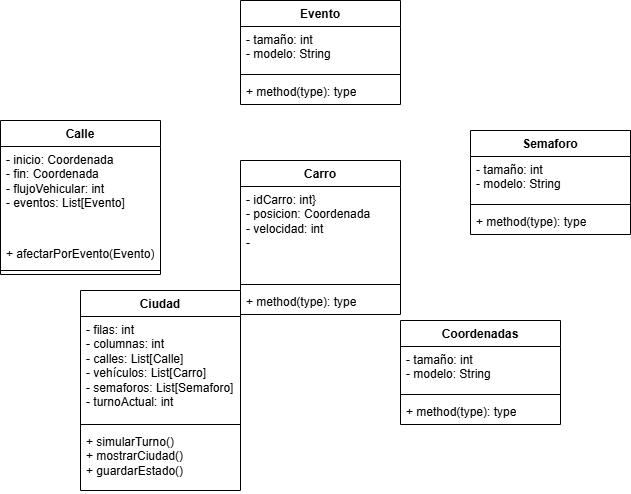
The draw.io diagram Proyecto-desarrollo.png in juampa1907/Proyecto-final-desarrollo, before a commit. Source tidied: cells renumbered, new cells last; positions are measured from the earlier drawing's top-left corner, leaving out a move shared by most shapes.
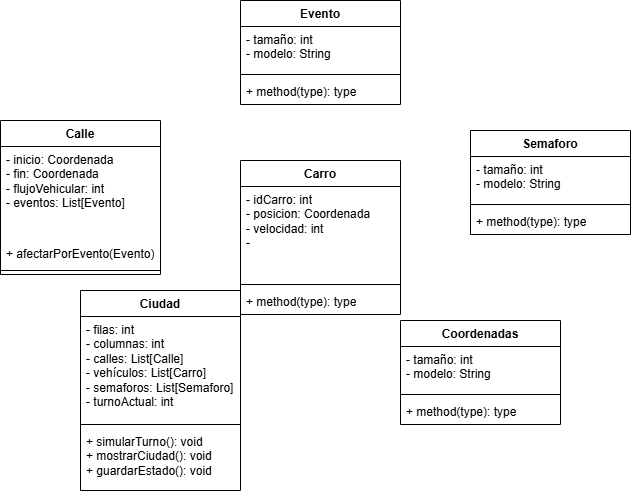
The same file after the commit.

Diff of the diagram source:
```diff
@@ -5,7 +5,7 @@
     <mxCell id="2" value="Carro" style="swimlane;fontStyle=1;align=center;verticalAlign=top;horizontal=1;startSize=26;whiteSpace=wrap;html=1;" parent="1" vertex="1">
       <mxGeometry x="240" y="160" width="160" height="154" as="geometry" />
     </mxCell>
-    <mxCell id="3" value="- idCarro: int}&lt;div&gt;- posicion: Coordenada&lt;/div&gt;&lt;div&gt;- velocidad: int&lt;/div&gt;&lt;div&gt;-&lt;/div&gt;" style="text;strokeColor=none;fillColor=none;align=left;verticalAlign=top;spacingLeft=4;spacingRight=4;overflow=hidden;whiteSpace=wrap;html=1;" parent="2" vertex="1">
+    <mxCell id="3" value="- idCarro: int&lt;div&gt;- posicion: Coordenada&lt;/div&gt;&lt;div&gt;- velocidad: int&lt;/div&gt;&lt;div&gt;-&lt;/div&gt;" style="text;strokeColor=none;fillColor=none;align=left;verticalAlign=top;spacingLeft=4;spacingRight=4;overflow=hidden;whiteSpace=wrap;html=1;" parent="2" vertex="1">
       <mxGeometry y="26" width="160" height="94" as="geometry" />
     </mxCell>
     <mxCell id="4" style="line;strokeWidth=1;fillColor=none;align=left;verticalAlign=middle;spacingTop=-1;spacingLeft=3;spacingRight=3;labelPosition=right;strokeColor=inherit;" parent="2" vertex="1">
@@ -59,7 +59,7 @@
     <mxCell id="20" style="line;strokeWidth=1;fillColor=none;align=left;verticalAlign=middle;spacingTop=-1;spacingLeft=3;spacingRight=3;labelPosition=right;strokeColor=inherit;" parent="18" vertex="1">
       <mxGeometry y="130" width="160" height="8" as="geometry" />
     </mxCell>
-    <mxCell id="21" value="+ simularTurno()&lt;div&gt;+ mostrarCiudad()&lt;/div&gt;&lt;div&gt;+ guardarEstado()&lt;/div&gt;" style="text;strokeColor=none;fillColor=none;align=left;verticalAlign=top;spacingLeft=4;spacingRight=4;overflow=hidden;whiteSpace=wrap;html=1;" parent="18" vertex="1">
+    <mxCell id="21" value="+ simularTurno(): void&lt;div&gt;+ mostrarCiudad(): void&lt;/div&gt;&lt;div&gt;+ guardarEstado(): void&lt;/div&gt;" style="text;strokeColor=none;fillColor=none;align=left;verticalAlign=top;spacingLeft=4;spacingRight=4;overflow=hidden;whiteSpace=wrap;html=1;" parent="18" vertex="1">
       <mxGeometry y="138" width="160" height="62" as="geometry" />
     </mxCell>
     <mxCell id="22" value="Evento" style="swimlane;fontStyle=1;align=center;verticalAlign=top;horizontal=1;startSize=26;whiteSpace=wrap;html=1;" parent="1" vertex="1">
```
